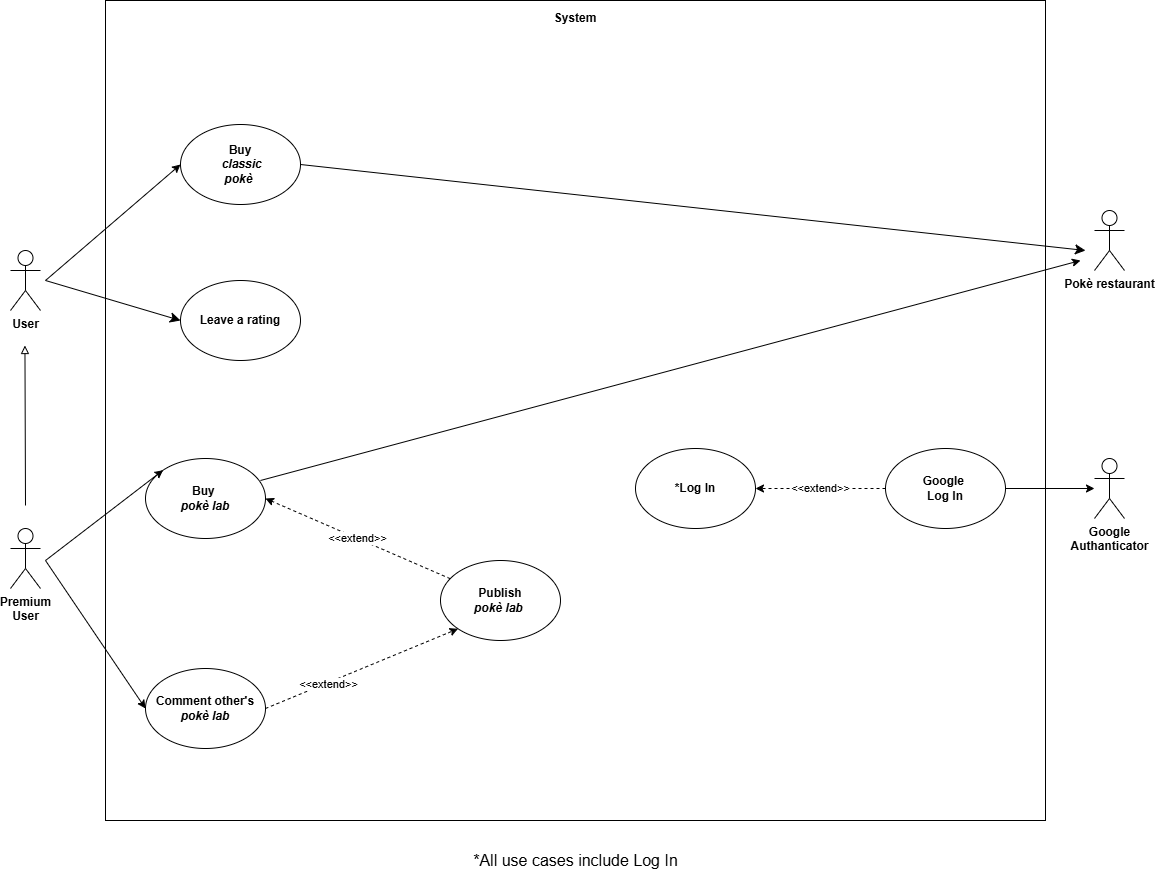
matteopinfildi/ISPW-Project keeps this draw.io diagram as diagrams/UseCaseDiagram.drawio.png. Above is the earlier version. Source tidied: cells renumbered, new cells last; positions are measured from the earlier drawing's top-left corner, leaving out a move shared by most shapes.
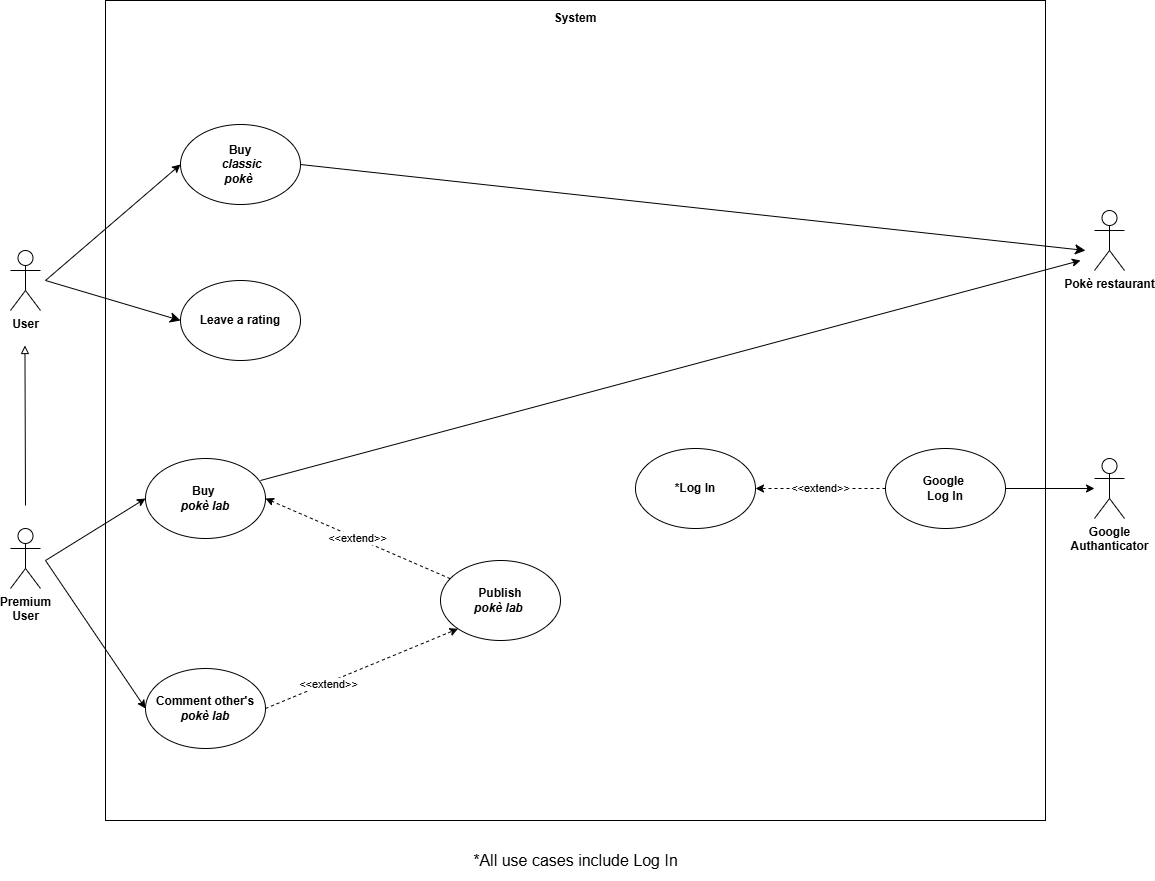
The same diagram one commit later.

The edit, as a diff of the source:
```diff
@@ -22,7 +22,7 @@
     <mxCell id="7" value="&lt;b&gt;Buy&amp;nbsp;&lt;/b&gt;&lt;div&gt;&lt;b&gt;&lt;i&gt;pokè lab&lt;/i&gt;&lt;/b&gt;&lt;/div&gt;" style="ellipse;whiteSpace=wrap;html=1;" parent="1" vertex="1">
       <mxGeometry x="135" y="458" width="120" height="80" as="geometry" />
     </mxCell>
-    <mxCell id="8" style="endArrow=classic;html=1;rounded=0;entryX=0;entryY=0;entryDx=0;entryDy=0;" parent="1" edge="1" target="7">
+    <mxCell id="8" style="endArrow=classic;html=1;rounded=0;entryX=0;entryY=0.5;entryDx=0;entryDy=0;" parent="1" edge="1" target="7">
       <mxGeometry relative="1" as="geometry">
         <mxPoint x="35" y="560" as="sourcePoint" />
       </mxGeometry>
```
